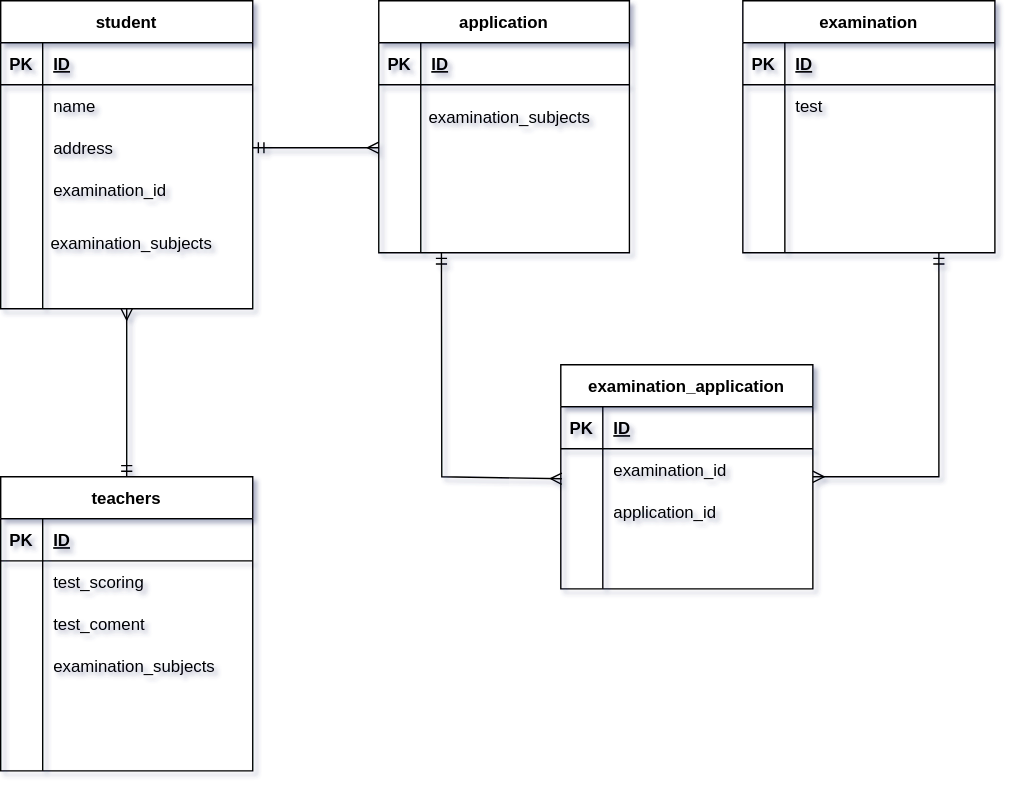
Earlier version of the draw.io export index.drawio.svg (kayo57/20210925hirayama). Source tidied: cells renumbered, new cells last; positions are measured from the earlier drawing's top-left corner, leaving out a move shared by most shapes.
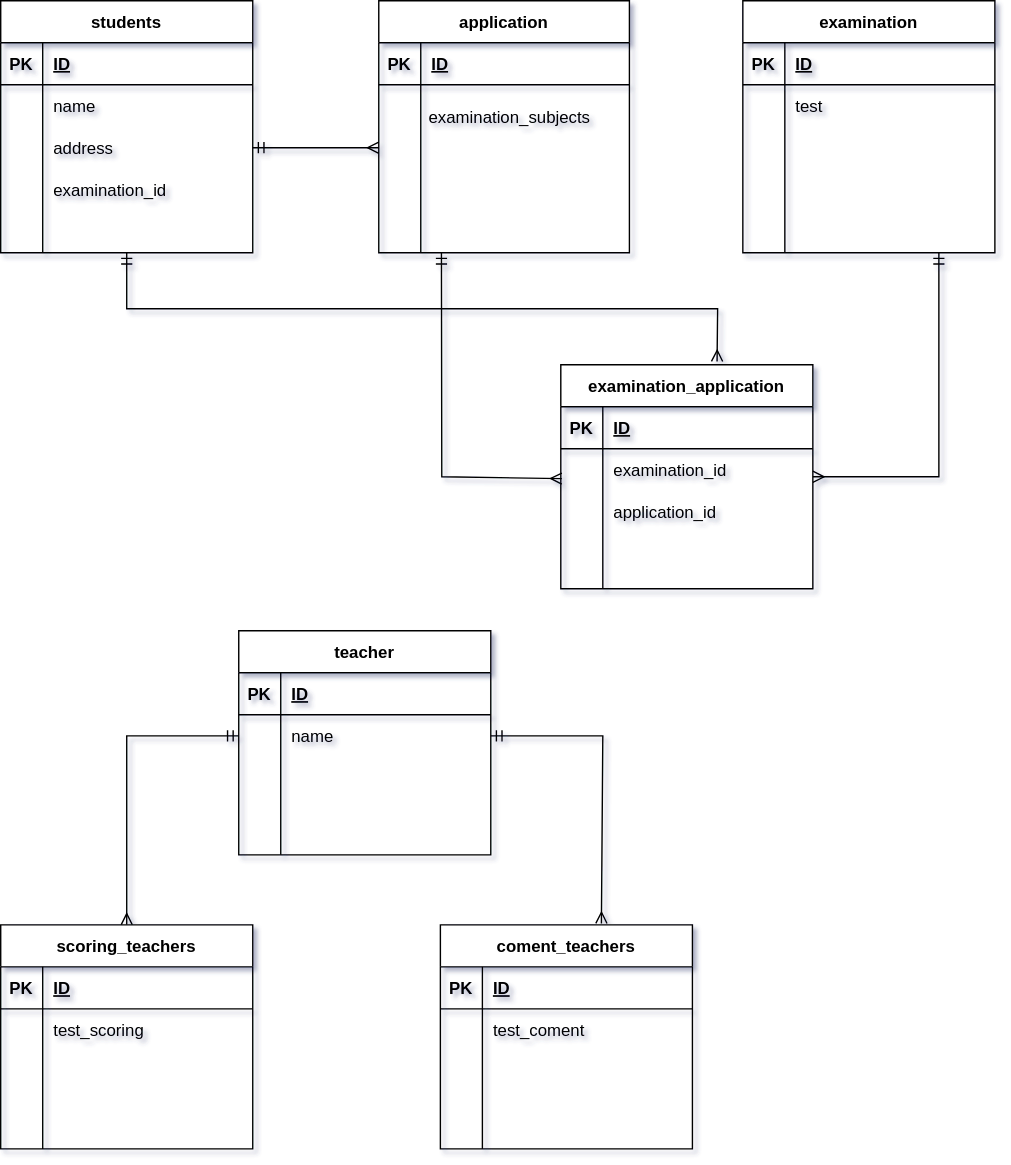
The same file after the commit.

What changed in the source:
```diff
@@ -8,11 +8,16 @@
         <mxPoint x="442.5" y="145" as="targetPoint" />
       </mxGeometry>
     </mxCell>
-    <mxCell id="3" style="edgeStyle=none;rounded=0;jettySize=auto;html=1;exitX=0.5;exitY=1;exitDx=0;exitDy=0;startArrow=ERmany;startFill=0;endArrow=ERmandOne;endFill=0;" parent="1" edge="1" source="4" target="31">
-      <mxGeometry relative="1" as="geometry" />
-    </mxCell>
+    <mxCell id="75" style="edgeStyle=none;rounded=0;jettySize=auto;html=1;exitX=0.5;exitY=1;exitDx=0;exitDy=0;startArrow=ERmandOne;startFill=0;endArrow=ERmany;endFill=0;entryX=0.62;entryY=-0.015;entryDx=0;entryDy=0;entryPerimeter=0;" parent="1" edge="1" source="4" target="62">
+      <mxGeometry relative="1" as="geometry">
+        <Array as="points">
+          <mxPoint x="90" y="220" />
+          <mxPoint x="512" y="220" />
+        </Array>
+      </mxGeometry>
+    </mxCell>
-    <mxCell id="4" value="student" style="shape=table;startSize=30;rowLines=0;fontStyle=1;align=center;rounded=0;sketch=0;" parent="1" vertex="1">
-      <mxGeometry width="180" height="220" as="geometry" />
+    <mxCell id="4" value="students" style="shape=table;startSize=30;rowLines=0;fontStyle=1;align=center;rounded=0;sketch=0;" parent="1" vertex="1">
+      <mxGeometry width="180" height="180" as="geometry" />
     </mxCell>
     <mxCell id="5" style="shape=partialRectangle;fillColor=none;top=0;left=0;bottom=1;right=0;" parent="4" vertex="1">
       <mxGeometry y="30" width="180" height="30" as="geometry" />
@@ -96,8 +101,8 @@
     <mxCell id="30" style="shape=partialRectangle;fillColor=none;top=0;left=0;bottom=0;right=0;align=left;spacingLeft=6;overflow=hidden;" parent="28" vertex="1">
       <mxGeometry x="30" width="149" height="30" as="geometry" />
     </mxCell>
-    <mxCell id="31" value="teachers" style="shape=table;startSize=30;rowLines=0;fontStyle=1;align=center;rounded=0;sketch=0;" parent="1" vertex="1">
-      <mxGeometry y="340" width="180" height="210" as="geometry" />
+    <mxCell id="31" value="teacher" style="shape=table;startSize=30;rowLines=0;fontStyle=1;align=center;rounded=0;sketch=0;" parent="1" vertex="1">
+      <mxGeometry x="170" y="450" width="180" height="160" as="geometry" />
     </mxCell>
     <mxCell id="32" style="shape=partialRectangle;fillColor=none;top=0;left=0;bottom=1;right=0;" parent="31" vertex="1">
       <mxGeometry y="30" width="180" height="30" as="geometry" />
@@ -114,7 +119,7 @@
     <mxCell id="36" style="shape=partialRectangle;fillColor=none;top=0;left=0;bottom=0;right=0;overflow=hidden;" parent="35" vertex="1">
       <mxGeometry width="30" height="30" as="geometry" />
     </mxCell>
-    <mxCell id="37" value="test_scoring" style="shape=partialRectangle;fillColor=none;top=0;left=0;bottom=0;right=0;align=left;spacingLeft=6;overflow=hidden;" parent="35" vertex="1">
+    <mxCell id="37" value="name" style="shape=partialRectangle;fillColor=none;top=0;left=0;bottom=0;right=0;align=left;spacingLeft=6;overflow=hidden;" parent="35" vertex="1">
       <mxGeometry x="30" width="150" height="30" as="geometry" />
     </mxCell>
     <mxCell id="38" style="shape=partialRectangle;fillColor=none;top=0;left=0;bottom=0;right=0;" parent="31" vertex="1">
@@ -123,7 +128,7 @@
     <mxCell id="39" style="shape=partialRectangle;fillColor=none;top=0;left=0;bottom=0;right=0;overflow=hidden;" parent="38" vertex="1">
       <mxGeometry width="30" height="30" as="geometry" />
     </mxCell>
-    <mxCell id="40" value="test_coment" style="shape=partialRectangle;fillColor=none;top=0;left=0;bottom=0;right=0;align=left;spacingLeft=6;overflow=hidden;" parent="38" vertex="1">
+    <mxCell id="40" style="shape=partialRectangle;fillColor=none;top=0;left=0;bottom=0;right=0;align=left;spacingLeft=6;overflow=hidden;" parent="38" vertex="1">
       <mxGeometry x="30" width="150" height="30" as="geometry" />
     </mxCell>
     <mxCell id="41" style="shape=partialRectangle;fillColor=none;top=0;left=0;bottom=0;right=0;" parent="31" vertex="1">
@@ -132,7 +137,7 @@
     <mxCell id="42" style="shape=partialRectangle;fillColor=none;top=0;left=0;bottom=0;right=0;overflow=hidden;" parent="41" vertex="1">
       <mxGeometry width="30" height="30" as="geometry" />
     </mxCell>
-    <mxCell id="43" value="examination_subjects" style="shape=partialRectangle;fillColor=none;top=0;left=0;bottom=0;right=0;align=left;spacingLeft=6;overflow=hidden;" parent="41" vertex="1">
+    <mxCell id="43" style="shape=partialRectangle;fillColor=none;top=0;left=0;bottom=0;right=0;align=left;spacingLeft=6;overflow=hidden;" parent="41" vertex="1">
       <mxGeometry x="30" width="150" height="30" as="geometry" />
     </mxCell>
     <mxCell id="44" style="edgeStyle=none;rounded=0;jettySize=auto;html=1;entryX=1;entryY=0.5;entryDx=0;entryDy=0;startArrow=ERmandOne;startFill=0;endArrow=ERmany;endFill=0;" parent="1" edge="1" target="62">
@@ -182,9 +187,6 @@
     <mxCell id="57" style="shape=partialRectangle;fillColor=none;top=0;left=0;bottom=0;right=0;align=left;spacingLeft=6;overflow=hidden;" parent="55" vertex="1">
       <mxGeometry x="30" width="150" height="30" as="geometry" />
     </mxCell>
-    <mxCell id="58" value="examination_subjects" style="text;strokeColor=none;fillColor=none;spacingLeft=4;spacingRight=4;overflow=hidden;fontSize=12;rounded=0;sketch=0;" parent="1" vertex="1">
-      <mxGeometry x="30" y="160" width="130" height="30" as="geometry" />
-    </mxCell>
     <mxCell id="59" value="examination_subjects" style="text;strokeColor=none;fillColor=none;spacingLeft=4;spacingRight=4;overflow=hidden;fontSize=12;rounded=0;sketch=0;" parent="1" vertex="1">
       <mxGeometry x="300" y="70" width="130" height="30" as="geometry" />
     </mxCell>
@@ -233,5 +235,98 @@
     <mxCell id="74" style="shape=partialRectangle;fillColor=none;top=0;left=0;bottom=0;right=0;align=left;spacingLeft=6;overflow=hidden;" parent="72" vertex="1">
       <mxGeometry x="30" width="150" height="30" as="geometry" />
     </mxCell>
+    <mxCell id="76" value="coment_teachers" style="shape=table;startSize=30;rowLines=0;fontStyle=1;align=center;" parent="1" vertex="1">
+      <mxGeometry x="314" y="660" width="180" height="160" as="geometry" />
+    </mxCell>
+    <mxCell id="77" style="shape=partialRectangle;fillColor=none;top=0;left=0;bottom=1;right=0;" parent="76" vertex="1">
+      <mxGeometry y="30" width="180" height="30" as="geometry" />
+    </mxCell>
+    <mxCell id="78" value="PK" style="shape=partialRectangle;fillColor=none;top=0;left=0;bottom=0;right=0;fontStyle=1;overflow=hidden;" parent="77" vertex="1">
+      <mxGeometry width="30" height="30" as="geometry" />
+    </mxCell>
+    <mxCell id="79" value="ID" style="shape=partialRectangle;fillColor=none;top=0;left=0;bottom=0;right=0;align=left;spacingLeft=6;fontStyle=5;overflow=hidden;" parent="77" vertex="1">
+      <mxGeometry x="30" width="150" height="30" as="geometry" />
+    </mxCell>
+    <mxCell id="80" style="shape=partialRectangle;fillColor=none;top=0;left=0;bottom=0;right=0;" parent="76" vertex="1">
+      <mxGeometry y="60" width="180" height="30" as="geometry" />
+    </mxCell>
+    <mxCell id="81" style="shape=partialRectangle;fillColor=none;top=0;left=0;bottom=0;right=0;overflow=hidden;" parent="80" vertex="1">
+      <mxGeometry width="30" height="30" as="geometry" />
+    </mxCell>
+    <mxCell id="82" value="test_coment" style="shape=partialRectangle;fillColor=none;top=0;left=0;bottom=0;right=0;align=left;spacingLeft=6;overflow=hidden;" parent="80" vertex="1">
+      <mxGeometry x="30" width="150" height="30" as="geometry" />
+    </mxCell>
+    <mxCell id="83" style="shape=partialRectangle;fillColor=none;top=0;left=0;bottom=0;right=0;" parent="76" vertex="1">
+      <mxGeometry y="90" width="180" height="30" as="geometry" />
+    </mxCell>
+    <mxCell id="84" style="shape=partialRectangle;fillColor=none;top=0;left=0;bottom=0;right=0;overflow=hidden;" parent="83" vertex="1">
+      <mxGeometry width="30" height="30" as="geometry" />
+    </mxCell>
+    <mxCell id="85" style="shape=partialRectangle;fillColor=none;top=0;left=0;bottom=0;right=0;align=left;spacingLeft=6;overflow=hidden;" parent="83" vertex="1">
+      <mxGeometry x="30" width="150" height="30" as="geometry" />
+    </mxCell>
+    <mxCell id="86" style="shape=partialRectangle;fillColor=none;top=0;left=0;bottom=0;right=0;" parent="76" vertex="1">
+      <mxGeometry y="120" width="180" height="30" as="geometry" />
+    </mxCell>
+    <mxCell id="87" style="shape=partialRectangle;fillColor=none;top=0;left=0;bottom=0;right=0;overflow=hidden;" parent="86" vertex="1">
+      <mxGeometry width="30" height="30" as="geometry" />
+    </mxCell>
+    <mxCell id="88" style="shape=partialRectangle;fillColor=none;top=0;left=0;bottom=0;right=0;align=left;spacingLeft=6;overflow=hidden;" parent="86" vertex="1">
+      <mxGeometry x="30" width="150" height="30" as="geometry" />
+    </mxCell>
+    <mxCell id="89" style="rounded=0;jettySize=auto;html=1;exitX=0.5;exitY=0;exitDx=0;exitDy=0;startArrow=ERmany;startFill=0;endArrow=ERmandOne;endFill=0;entryX=0;entryY=0.5;entryDx=0;entryDy=0;" parent="1" edge="1" source="90" target="35">
+      <mxGeometry relative="1" as="geometry">
+        <Array as="points">
+          <mxPoint x="90" y="525" />
+        </Array>
+      </mxGeometry>
+    </mxCell>
+    <mxCell id="90" value="scoring_teachers" style="shape=table;startSize=30;rowLines=0;fontStyle=1;align=center;" parent="1" vertex="1">
+      <mxGeometry y="660" width="180" height="160" as="geometry" />
+    </mxCell>
+    <mxCell id="91" style="shape=partialRectangle;fillColor=none;top=0;left=0;bottom=1;right=0;" parent="90" vertex="1">
+      <mxGeometry y="30" width="180" height="30" as="geometry" />
+    </mxCell>
+    <mxCell id="92" value="PK" style="shape=partialRectangle;fillColor=none;top=0;left=0;bottom=0;right=0;fontStyle=1;overflow=hidden;" parent="91" vertex="1">
+      <mxGeometry width="30" height="30" as="geometry" />
+    </mxCell>
+    <mxCell id="93" value="ID" style="shape=partialRectangle;fillColor=none;top=0;left=0;bottom=0;right=0;align=left;spacingLeft=6;fontStyle=5;overflow=hidden;" parent="91" vertex="1">
+      <mxGeometry x="30" width="150" height="30" as="geometry" />
+    </mxCell>
+    <mxCell id="94" style="shape=partialRectangle;fillColor=none;top=0;left=0;bottom=0;right=0;" parent="90" vertex="1">
+      <mxGeometry y="60" width="180" height="30" as="geometry" />
+    </mxCell>
+    <mxCell id="95" style="shape=partialRectangle;fillColor=none;top=0;left=0;bottom=0;right=0;overflow=hidden;" parent="94" vertex="1">
+      <mxGeometry width="30" height="30" as="geometry" />
+    </mxCell>
+    <mxCell id="96" value="test_scoring" style="shape=partialRectangle;fillColor=none;top=0;left=0;bottom=0;right=0;align=left;spacingLeft=6;overflow=hidden;" parent="94" vertex="1">
+      <mxGeometry x="30" width="150" height="30" as="geometry" />
+    </mxCell>
+    <mxCell id="97" style="shape=partialRectangle;fillColor=none;top=0;left=0;bottom=0;right=0;" parent="90" vertex="1">
+      <mxGeometry y="90" width="180" height="30" as="geometry" />
+    </mxCell>
+    <mxCell id="98" style="shape=partialRectangle;fillColor=none;top=0;left=0;bottom=0;right=0;overflow=hidden;" parent="97" vertex="1">
+      <mxGeometry width="30" height="30" as="geometry" />
+    </mxCell>
+    <mxCell id="99" style="shape=partialRectangle;fillColor=none;top=0;left=0;bottom=0;right=0;align=left;spacingLeft=6;overflow=hidden;" parent="97" vertex="1">
+      <mxGeometry x="30" width="150" height="30" as="geometry" />
+    </mxCell>
+    <mxCell id="100" style="shape=partialRectangle;fillColor=none;top=0;left=0;bottom=0;right=0;" parent="90" vertex="1">
+      <mxGeometry y="120" width="180" height="30" as="geometry" />
+    </mxCell>
+    <mxCell id="101" style="shape=partialRectangle;fillColor=none;top=0;left=0;bottom=0;right=0;overflow=hidden;" parent="100" vertex="1">
+      <mxGeometry width="30" height="30" as="geometry" />
+    </mxCell>
+    <mxCell id="102" style="shape=partialRectangle;fillColor=none;top=0;left=0;bottom=0;right=0;align=left;spacingLeft=6;overflow=hidden;" parent="100" vertex="1">
+      <mxGeometry x="30" width="150" height="30" as="geometry" />
+    </mxCell>
+    <mxCell id="103" style="edgeStyle=none;rounded=0;jettySize=auto;html=1;exitX=1;exitY=0.5;exitDx=0;exitDy=0;startArrow=ERmandOne;startFill=0;endArrow=ERmany;endFill=0;" parent="1" edge="1" source="35">
+      <mxGeometry relative="1" as="geometry">
+        <mxPoint x="429" y="659" as="targetPoint" />
+        <Array as="points">
+          <mxPoint x="430" y="525" />
+        </Array>
+      </mxGeometry>
+    </mxCell>
   </root>
 </mxGraphModel>
```
